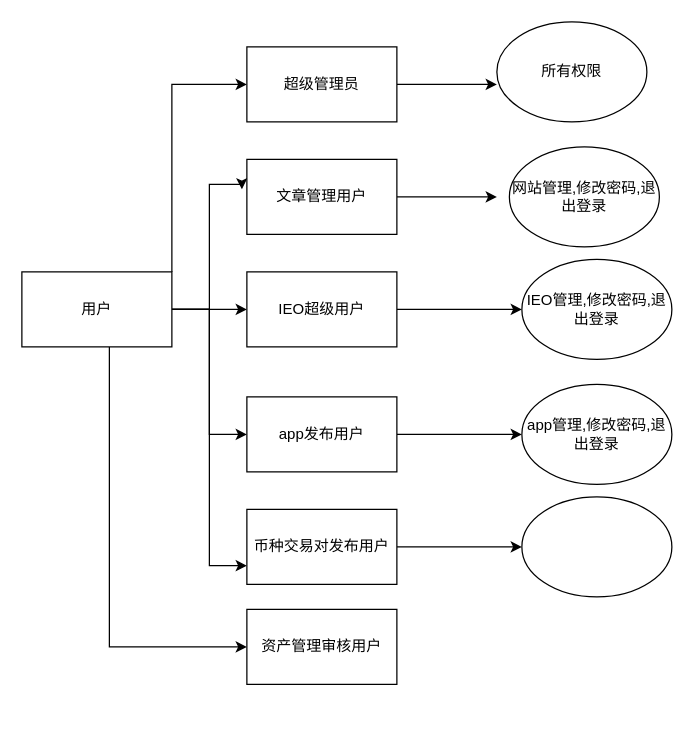
Above: Untitled Diagram.drawio in Andrewliu20/-Demo (draw.io), before the change. Source tidied: cells renumbered, new cells numbered last; positions are measured from the earlier drawing's top-left corner, leaving out a move shared by most shapes. Both pictures are drawn from the tidied source at 125%, with x=0, y=0 at pixel (21, 21).
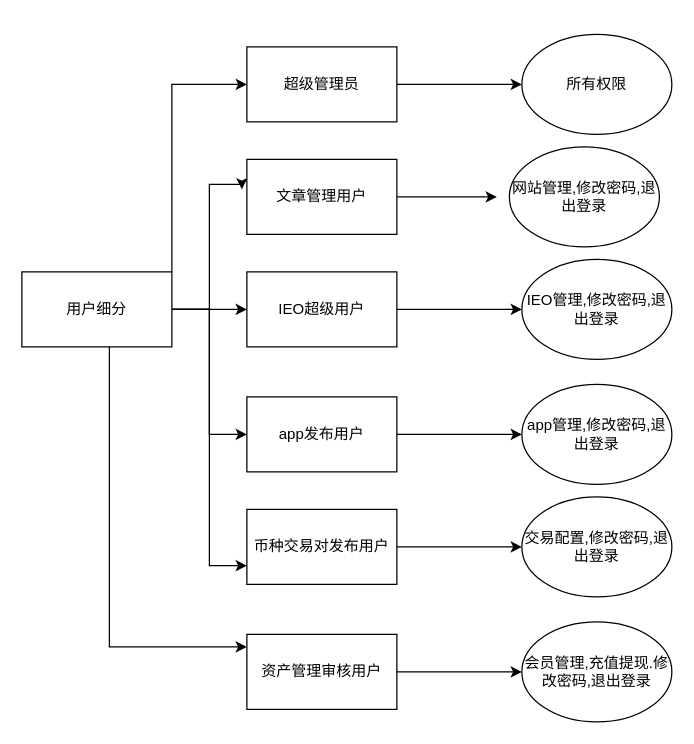
Above is the later version.

Unchanged cells that the change refers to:
```xml
<mxCell id="11" value="超级管理员" style="rounded=0;whiteSpace=wrap;html=1;" parent="1" vertex="1">
  <mxGeometry x="180" y="20" width="120" height="60" as="geometry" />
</mxCell>
```

The edit, as a diff of the source:
```diff
@@
-    <mxCell id="8" value="用户" style="rounded=0;whiteSpace=wrap;html=1;" parent="1" vertex="1">
+    <mxCell id="8" value="用户细分" style="rounded=0;whiteSpace=wrap;html=1;" parent="1" vertex="1">
       <mxGeometry y="200" width="120" height="60" as="geometry" />
     </mxCell>
+    <mxCell id="25" style="edgeStyle=orthogonalEdgeStyle;rounded=0;jettySize=auto;html=1;entryX=0;entryY=0.5;entryDx=0;entryDy=0;" parent="1" edge="1" source="9" target="26">
+      <mxGeometry relative="1" as="geometry" />
+    </mxCell>
     <mxCell id="9" value="资产管理审核用户" style="rounded=0;whiteSpace=wrap;html=1;" parent="1" vertex="1">
-      <mxGeometry x="180" y="470" width="120" height="60" as="geometry" />
+      <mxGeometry x="180" y="490" width="120" height="60" as="geometry" />
     </mxCell>
-    <mxCell id="10" style="edgeStyle=orthogonalEdgeStyle;rounded=0;jettySize=auto;html=1;" parent="1" edge="1" source="11">
-      <mxGeometry relative="1" as="geometry">
-        <mxPoint x="380" y="50" as="targetPoint" />
-      </mxGeometry>
+    <mxCell id="10" style="edgeStyle=orthogonalEdgeStyle;rounded=0;jettySize=auto;html=1;entryX=0;entryY=0.5;entryDx=0;entryDy=0;" parent="1" edge="1" source="11" target="18">
+      <mxGeometry relative="1" as="geometry" />
     </mxCell>
@@
     <mxCell id="18" value="所有权限" style="ellipse;whiteSpace=wrap;html=1;" parent="1" vertex="1">
-      <mxGeometry x="380" width="120" height="80" as="geometry" />
+      <mxGeometry x="400" y="10" width="120" height="80" as="geometry" />
     </mxCell>
@@
-    <mxCell id="24" style="ellipse;whiteSpace=wrap;html=1;" parent="1" vertex="1">
+    <mxCell id="24" value="交易配置,修改密码,退出登录" style="ellipse;whiteSpace=wrap;html=1;" parent="1" vertex="1">
       <mxGeometry x="400" y="380" width="120" height="80" as="geometry" />
     </mxCell>
+    <mxCell id="26" value="会员管理,充值提现.修改密码,退出登录" style="ellipse;whiteSpace=wrap;html=1;" parent="1" vertex="1">
+      <mxGeometry x="400" y="480" width="120" height="80" as="geometry" />
+    </mxCell>
```
